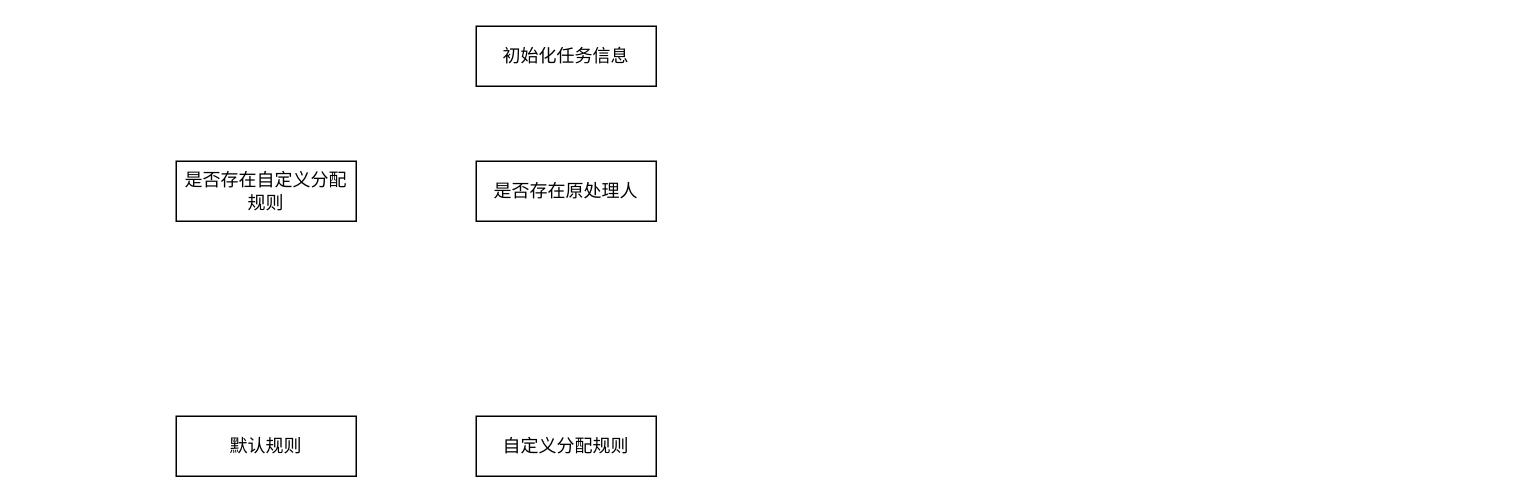
Earlier version of the draw.io diagram job.drawio (zhsirhello/javas). Source tidied: cells renumbered, new cells numbered last; positions are measured from the earlier drawing's top-left corner, leaving out a move shared by most shapes. Both pictures are drawn from the tidied source at 150%, with x=0, y=0 at pixel (176, 26).
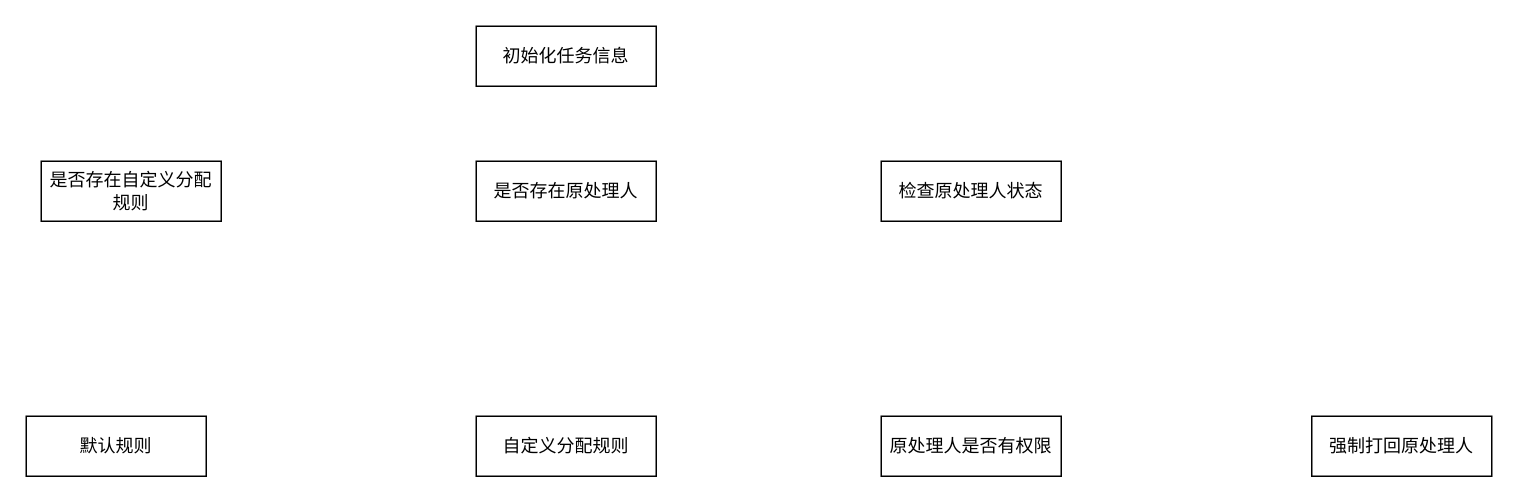
The same page after the edit.

What changed in the source:
```diff
@@
 <mxGraphModel>
   <root>
     <mxCell id="0" />
     <mxCell id="1" parent="0" />
     <mxCell id="2" value="初始化任务信息" style="rounded=0;whiteSpace=wrap;html=1;" parent="1" vertex="1">
       <mxGeometry x="200" width="120" height="40" as="geometry" />
     </mxCell>
     <mxCell id="3" value="是否存在原处理人" style="rounded=0;whiteSpace=wrap;html=1;" parent="1" vertex="1">
       <mxGeometry x="200" y="90" width="120" height="40" as="geometry" />
     </mxCell>
     <mxCell id="4" value="是否存在自定义分配规则" style="rounded=0;whiteSpace=wrap;html=1;" parent="1" vertex="1">
-      <mxGeometry y="90" width="120" height="40" as="geometry" />
+      <mxGeometry x="-90" y="90" width="120" height="40" as="geometry" />
     </mxCell>
     <mxCell id="5" value="自定义分配规则" style="rounded=0;whiteSpace=wrap;html=1;" parent="1" vertex="1">
       <mxGeometry x="200" y="260" width="120" height="40" as="geometry" />
     </mxCell>
     <mxCell id="6" value="默认规则" style="rounded=0;whiteSpace=wrap;html=1;" parent="1" vertex="1">
-      <mxGeometry y="260" width="120" height="40" as="geometry" />
+      <mxGeometry x="-100" y="260" width="120" height="40" as="geometry" />
     </mxCell>
+    <mxCell id="7" value="检查原处理人状态" style="rounded=0;whiteSpace=wrap;html=1;" parent="1" vertex="1">
+      <mxGeometry x="470" y="90" width="120" height="40" as="geometry" />
+    </mxCell>
+    <mxCell id="8" value="强制打回原处理人" style="rounded=0;whiteSpace=wrap;html=1;" parent="1" vertex="1">
+      <mxGeometry x="757" y="260" width="120" height="40" as="geometry" />
+    </mxCell>
+    <mxCell id="9" value="原处理人是否有权限" style="rounded=0;whiteSpace=wrap;html=1;" parent="1" vertex="1">
+      <mxGeometry x="470" y="260" width="120" height="40" as="geometry" />
+    </mxCell>
   </root>
 </mxGraphModel>
```
